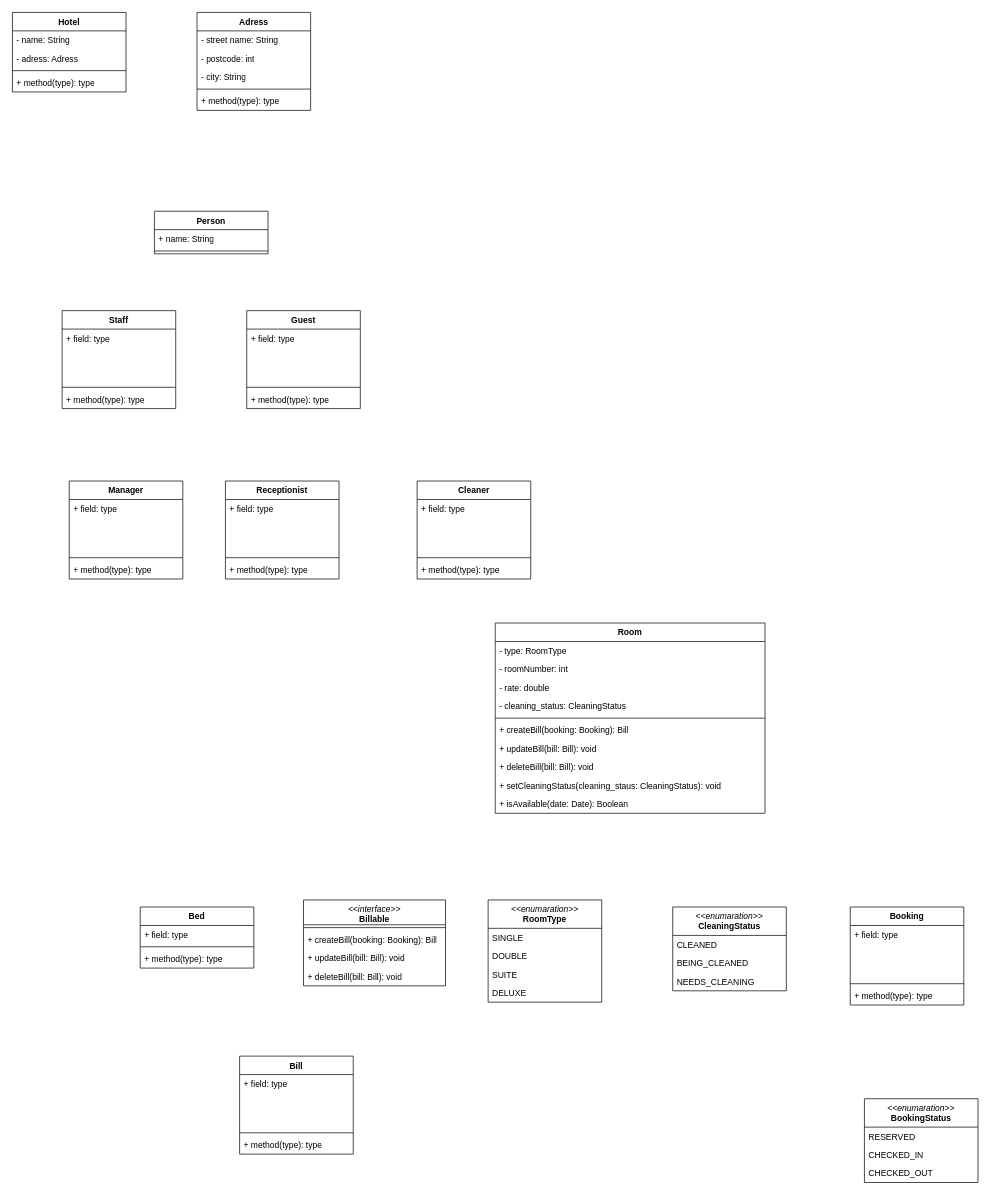
Earlier version of the draw.io diagram SWEA_EXC4.drawio (Jordis6534/SWE_A). Source tidied: cells renumbered, new cells numbered last; positions are measured from the earlier drawing's top-left corner, leaving out a move shared by most shapes. Both pictures are drawn from the tidied source at 71%, with x=0, y=0 at pixel (12, 12).
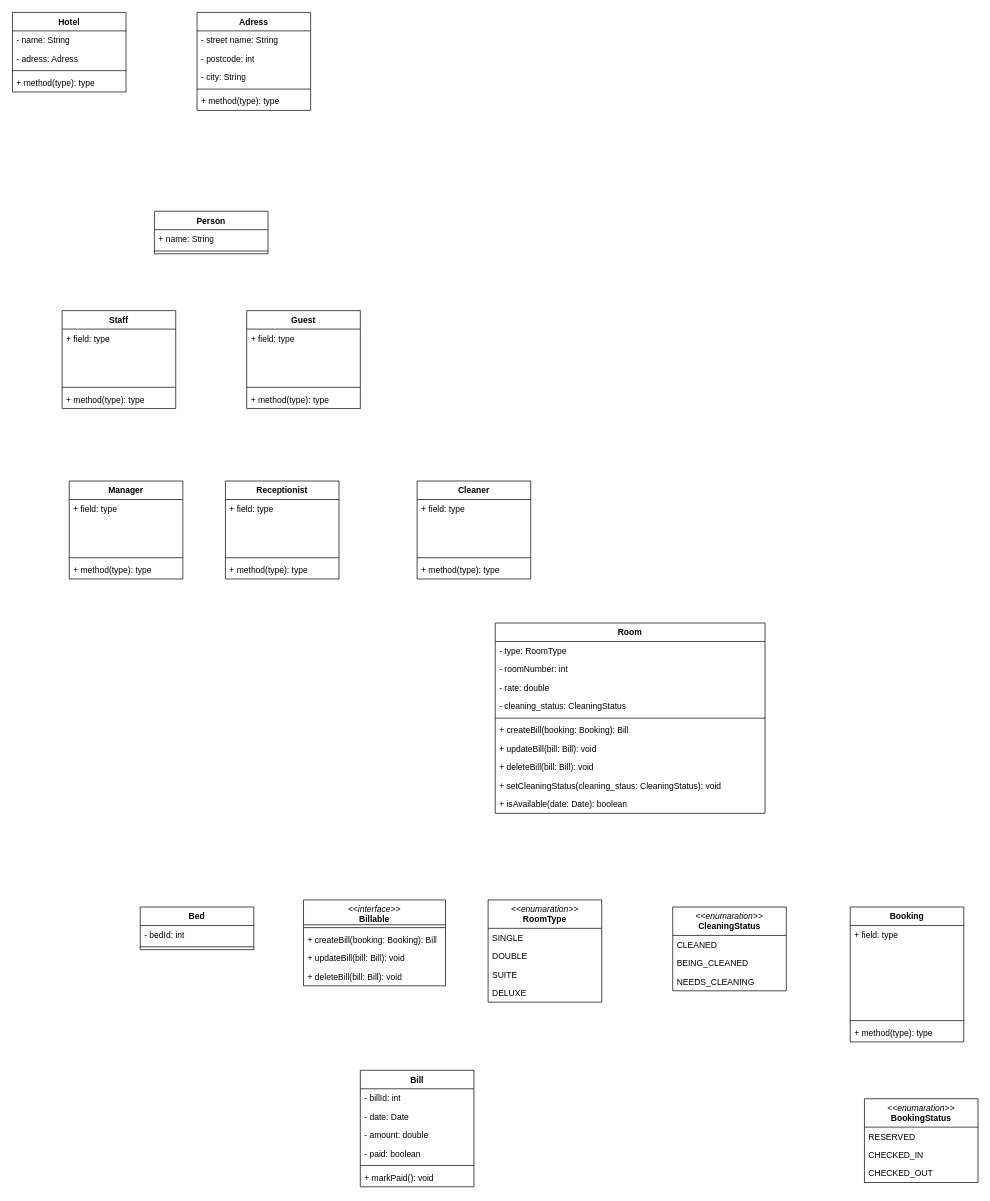
After the change.

Unchanged cells that the change refers to:
```xml
<mxCell id="46" value="Room" style="swimlane;fontStyle=1;align=center;verticalAlign=top;horizontal=1;startSize=26;whiteSpace=wrap;html=1;" parent="1" vertex="1">
  <mxGeometry x="680" y="860" width="380" height="268" as="geometry" />
</mxCell>
```

Diff of the diagram source:
```diff
@@
-    <mxCell id="56" value="+ isAvailable(date: Date): Boolean" style="text;strokeColor=none;fillColor=none;align=left;verticalAlign=top;spacingLeft=4;spacingRight=4;overflow=hidden;whiteSpace=wrap;html=1;" parent="46" vertex="1">
+    <mxCell id="56" value="+ isAvailable(date: Date): boolean" style="text;strokeColor=none;fillColor=none;align=left;verticalAlign=top;spacingLeft=4;spacingRight=4;overflow=hidden;whiteSpace=wrap;html=1;" parent="46" vertex="1">
       <mxGeometry y="242" width="380" height="26" as="geometry" />
     </mxCell>
     <mxCell id="57" value="Bill" style="swimlane;fontStyle=1;align=center;verticalAlign=top;horizontal=1;startSize=26;whiteSpace=wrap;html=1;" parent="1" vertex="1">
-      <mxGeometry x="320" y="1470" width="160" height="138" as="geometry" />
+      <mxGeometry x="490" y="1490" width="160" height="164" as="geometry" />
     </mxCell>
-    <mxCell id="58" value="+ field: type" style="text;strokeColor=none;fillColor=none;align=left;verticalAlign=top;spacingLeft=4;spacingRight=4;overflow=hidden;whiteSpace=wrap;html=1;" parent="57" vertex="1">
+    <mxCell id="58" value="- billId: int" style="text;strokeColor=none;fillColor=none;align=left;verticalAlign=top;spacingLeft=4;spacingRight=4;overflow=hidden;whiteSpace=wrap;html=1;" parent="57" vertex="1">
       <mxGeometry y="26" width="160" height="26" as="geometry" />
     </mxCell>
-    <mxCell id="59" style="text;strokeColor=none;fillColor=none;align=left;verticalAlign=top;spacingLeft=4;spacingRight=4;overflow=hidden;whiteSpace=wrap;html=1;" parent="57" vertex="1">
+    <mxCell id="59" value="- date: Date" style="text;strokeColor=none;fillColor=none;align=left;verticalAlign=top;spacingLeft=4;spacingRight=4;overflow=hidden;whiteSpace=wrap;html=1;" parent="57" vertex="1">
       <mxGeometry y="52" width="160" height="26" as="geometry" />
     </mxCell>
-    <mxCell id="60" style="text;strokeColor=none;fillColor=none;align=left;verticalAlign=top;spacingLeft=4;spacingRight=4;overflow=hidden;whiteSpace=wrap;html=1;" parent="57" vertex="1">
+    <mxCell id="60" value="- amount: double" style="text;strokeColor=none;fillColor=none;align=left;verticalAlign=top;spacingLeft=4;spacingRight=4;overflow=hidden;whiteSpace=wrap;html=1;" parent="57" vertex="1">
       <mxGeometry y="78" width="160" height="26" as="geometry" />
     </mxCell>
+    <mxCell id="91" value="- paid: boolean" style="text;strokeColor=none;fillColor=none;align=left;verticalAlign=top;spacingLeft=4;spacingRight=4;overflow=hidden;whiteSpace=wrap;html=1;" parent="57" vertex="1">
+      <mxGeometry y="104" width="160" height="26" as="geometry" />
+    </mxCell>
     <mxCell id="61" style="line;strokeWidth=1;fillColor=none;align=left;verticalAlign=middle;spacingTop=-1;spacingLeft=3;spacingRight=3;labelPosition=right;strokeColor=inherit;labelPerimeter=1;" parent="57" vertex="1">
-      <mxGeometry y="104" width="160" height="8" as="geometry" />
+      <mxGeometry y="130" width="160" height="8" as="geometry" />
     </mxCell>
-    <mxCell id="62" value="+ method(type): type" style="text;strokeColor=none;fillColor=none;align=left;verticalAlign=top;spacingLeft=4;spacingRight=4;overflow=hidden;whiteSpace=wrap;html=1;" parent="57" vertex="1">
-      <mxGeometry y="112" width="160" height="26" as="geometry" />
+    <mxCell id="62" value="+ markPaid(): void" style="text;strokeColor=none;fillColor=none;align=left;verticalAlign=top;spacingLeft=4;spacingRight=4;overflow=hidden;whiteSpace=wrap;html=1;" parent="57" vertex="1">
+      <mxGeometry y="138" width="160" height="26" as="geometry" />
     </mxCell>
@@
     <mxCell id="76" value="Booking" style="swimlane;fontStyle=1;align=center;verticalAlign=top;horizontal=1;startSize=26;whiteSpace=wrap;html=1;" parent="1" vertex="1">
-      <mxGeometry x="1180" y="1260" width="160" height="138" as="geometry" />
+      <mxGeometry x="1180" y="1260" width="160" height="190" as="geometry" />
     </mxCell>
@@
+    <mxCell id="92" style="text;strokeColor=none;fillColor=none;align=left;verticalAlign=top;spacingLeft=4;spacingRight=4;overflow=hidden;whiteSpace=wrap;html=1;" parent="76" vertex="1">
+      <mxGeometry y="52" width="160" height="26" as="geometry" />
+    </mxCell>
+    <mxCell id="93" style="text;strokeColor=none;fillColor=none;align=left;verticalAlign=top;spacingLeft=4;spacingRight=4;overflow=hidden;whiteSpace=wrap;html=1;" parent="76" vertex="1">
+      <mxGeometry y="78" width="160" height="26" as="geometry" />
+    </mxCell>
     <mxCell id="78" style="text;strokeColor=none;fillColor=none;align=left;verticalAlign=top;spacingLeft=4;spacingRight=4;overflow=hidden;whiteSpace=wrap;html=1;" parent="76" vertex="1">
-      <mxGeometry y="52" width="160" height="26" as="geometry" />
+      <mxGeometry y="104" width="160" height="26" as="geometry" />
     </mxCell>
     <mxCell id="79" style="text;strokeColor=none;fillColor=none;align=left;verticalAlign=top;spacingLeft=4;spacingRight=4;overflow=hidden;whiteSpace=wrap;html=1;" parent="76" vertex="1">
-      <mxGeometry y="78" width="160" height="26" as="geometry" />
+      <mxGeometry y="130" width="160" height="26" as="geometry" />
     </mxCell>
     <mxCell id="80" style="line;strokeWidth=1;fillColor=none;align=left;verticalAlign=middle;spacingTop=-1;spacingLeft=3;spacingRight=3;labelPosition=right;strokeColor=inherit;labelPerimeter=1;" parent="76" vertex="1">
-      <mxGeometry y="104" width="160" height="8" as="geometry" />
+      <mxGeometry y="156" width="160" height="8" as="geometry" />
     </mxCell>
     <mxCell id="81" value="+ method(type): type" style="text;strokeColor=none;fillColor=none;align=left;verticalAlign=top;spacingLeft=4;spacingRight=4;overflow=hidden;whiteSpace=wrap;html=1;" parent="76" vertex="1">
-      <mxGeometry y="112" width="160" height="26" as="geometry" />
+      <mxGeometry y="164" width="160" height="26" as="geometry" />
     </mxCell>
@@
     <mxCell id="87" value="Bed" style="swimlane;fontStyle=1;align=center;verticalAlign=top;horizontal=1;startSize=26;whiteSpace=wrap;html=1;" parent="1" vertex="1">
-      <mxGeometry x="180" y="1260" width="160" height="86" as="geometry" />
+      <mxGeometry x="180" y="1260" width="160" height="60" as="geometry" />
     </mxCell>
-    <mxCell id="88" value="+ field: type" style="text;strokeColor=none;fillColor=none;align=left;verticalAlign=top;spacingLeft=4;spacingRight=4;overflow=hidden;whiteSpace=wrap;html=1;" parent="87" vertex="1">
+    <mxCell id="88" value="- bedId: int" style="text;strokeColor=none;fillColor=none;align=left;verticalAlign=top;spacingLeft=4;spacingRight=4;overflow=hidden;whiteSpace=wrap;html=1;" parent="87" vertex="1">
       <mxGeometry y="26" width="160" height="26" as="geometry" />
     </mxCell>
@@
-    <mxCell id="90" value="+ method(type): type" style="text;strokeColor=none;fillColor=none;align=left;verticalAlign=top;spacingLeft=4;spacingRight=4;overflow=hidden;whiteSpace=wrap;html=1;" parent="87" vertex="1">
-      <mxGeometry y="60" width="160" height="26" as="geometry" />
-    </mxCell>
```
